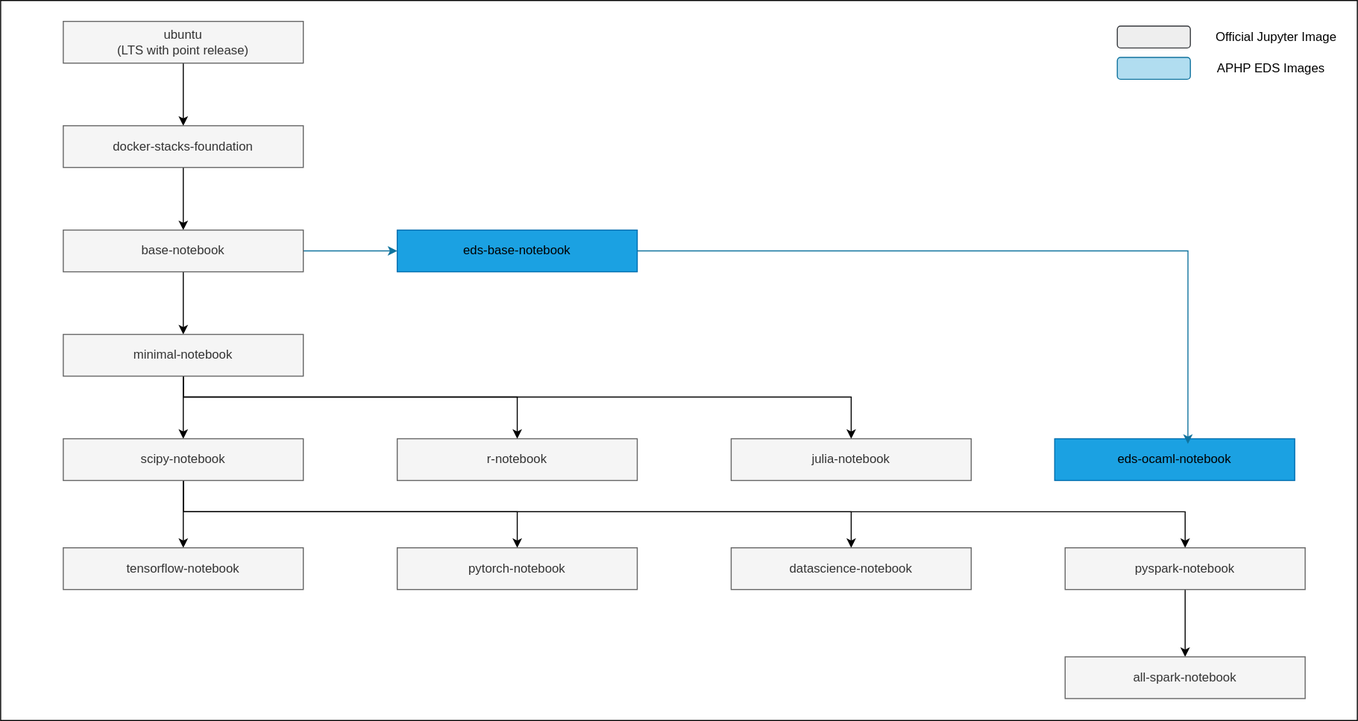
aphp/jupyter-eds-notebooks keeps this draw.io diagram as resources/jupyter-eds-notebook.drawio.svg. Above is the earlier version. Source tidied: cells renumbered, new cells last; positions are measured from the earlier drawing's top-left corner, leaving out a move shared by most shapes.
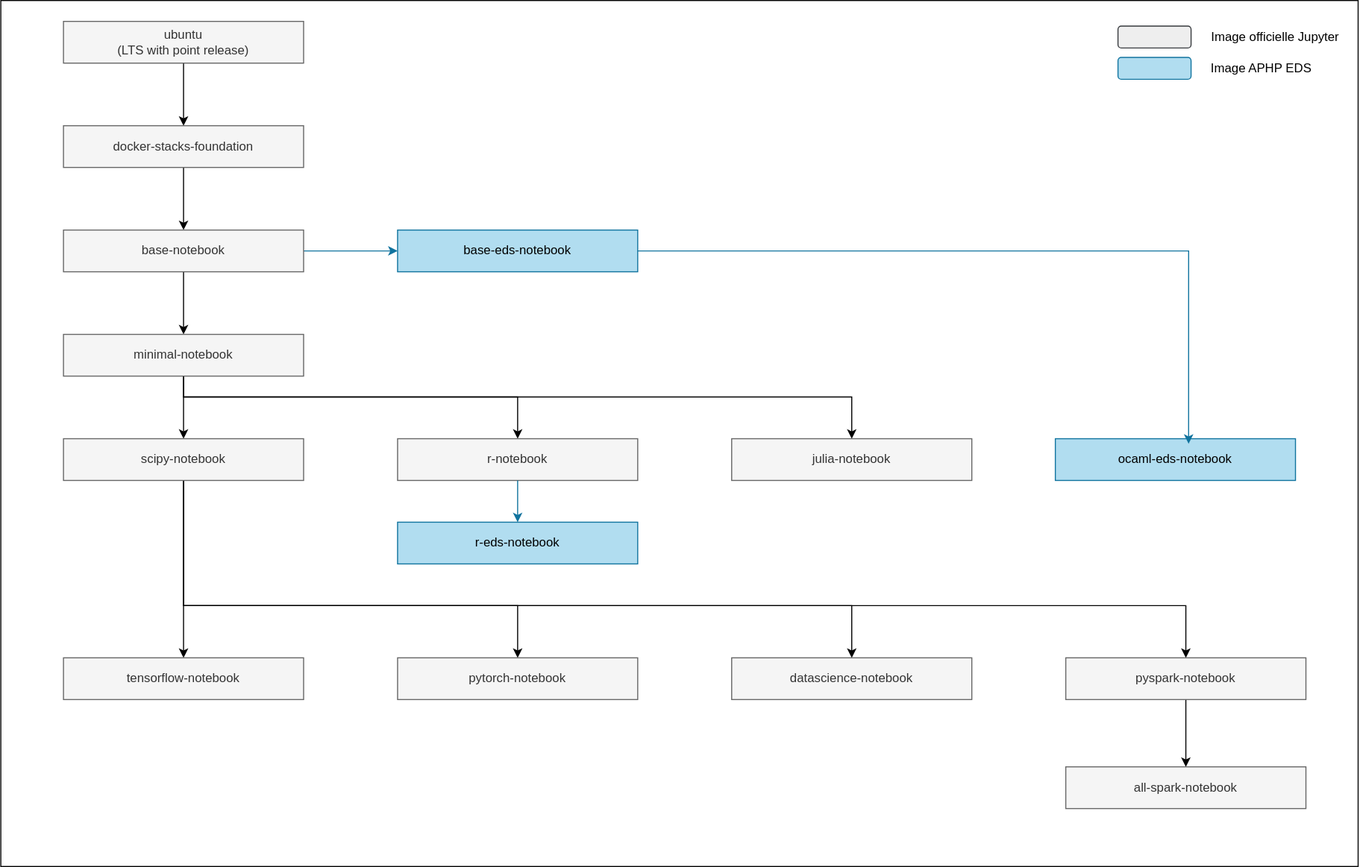
After the commit.

Change to the diagram source:
```diff
@@ -2,9 +2,9 @@
   <root>
     <mxCell id="0" />
     <mxCell id="1" parent="0" />
-    <mxCell id="2" style="rounded=0;whiteSpace=wrap;html=1;" parent="1" vertex="1">
-      <mxGeometry width="1300" height="690" as="geometry" />
-    </mxCell>
+    <mxCell id="34" style="rounded=0;whiteSpace=wrap;html=1;" parent="1" vertex="1">
+      <mxGeometry width="1300" height="830" as="geometry" />
+    </mxCell>
     <mxCell id="3" style="edgeStyle=orthogonalEdgeStyle;rounded=0;jettySize=auto;html=1;exitX=0.5;exitY=1;exitDx=0;exitDy=0;entryX=0.5;entryY=0;entryDx=0;entryDy=0;" parent="1" edge="1" source="4" target="6">
       <mxGeometry relative="1" as="geometry" />
     </mxCell>
@@ -20,9 +20,9 @@
     <mxCell id="7" style="edgeStyle=orthogonalEdgeStyle;rounded=0;jettySize=auto;html=1;exitX=0.5;exitY=1;exitDx=0;exitDy=0;entryX=0.5;entryY=0;entryDx=0;entryDy=0;" parent="1" edge="1" source="9" target="13">
       <mxGeometry relative="1" as="geometry" />
     </mxCell>
-    <mxCell id="8" style="edgeStyle=orthogonalEdgeStyle;rounded=0;jettySize=auto;html=1;fillColor=#b1ddf0;strokeColor=#10739e;" parent="1" edge="1" source="9" target="27">
-      <mxGeometry relative="1" as="geometry" />
-    </mxCell>
+    <mxCell id="35" style="edgeStyle=orthogonalEdgeStyle;rounded=0;jettySize=auto;html=1;fillColor=#b1ddf0;strokeColor=#10739e;" parent="1" edge="1" source="9" target="36">
+      <mxGeometry relative="1" as="geometry" />
+    </mxCell>
     <mxCell id="9" value="base-notebook" style="rounded=0;whiteSpace=wrap;html=1;fillColor=#f5f5f5;strokeColor=#666666;fontColor=#333333;" parent="1" vertex="1">
       <mxGeometry x="60" y="220" width="230" height="40" as="geometry" />
     </mxCell>
@@ -54,24 +54,24 @@
     <mxCell id="15" style="edgeStyle=orthogonalEdgeStyle;rounded=0;jettySize=auto;html=1;" parent="1" edge="1" source="18" target="21">
       <mxGeometry relative="1" as="geometry">
         <Array as="points">
-          <mxPoint x="175" y="490" />
-          <mxPoint x="495" y="490" />
+          <mxPoint x="175" y="580" />
+          <mxPoint x="495" y="580" />
         </Array>
       </mxGeometry>
     </mxCell>
     <mxCell id="16" style="edgeStyle=orthogonalEdgeStyle;rounded=0;jettySize=auto;html=1;exitX=0.5;exitY=1;exitDx=0;exitDy=0;" parent="1" edge="1" source="18" target="23">
       <mxGeometry relative="1" as="geometry">
         <Array as="points">
-          <mxPoint x="175" y="490" />
-          <mxPoint x="815" y="490" />
+          <mxPoint x="175" y="580" />
+          <mxPoint x="815" y="580" />
         </Array>
       </mxGeometry>
     </mxCell>
     <mxCell id="17" style="edgeStyle=orthogonalEdgeStyle;rounded=0;jettySize=auto;html=1;" parent="1" edge="1" source="18" target="25">
       <mxGeometry relative="1" as="geometry">
         <Array as="points">
-          <mxPoint x="175" y="490" />
-          <mxPoint x="1135" y="490" />
+          <mxPoint x="175" y="580" />
+          <mxPoint x="1135" y="580" />
         </Array>
       </mxGeometry>
     </mxCell>
@@ -79,49 +79,55 @@
       <mxGeometry x="60" y="420" width="230" height="40" as="geometry" />
     </mxCell>
     <mxCell id="19" value="tensorflow-notebook" style="rounded=0;whiteSpace=wrap;html=1;fillColor=#f5f5f5;strokeColor=#666666;fontColor=#333333;" parent="1" vertex="1">
-      <mxGeometry x="60" y="524.5" width="230" height="40" as="geometry" />
+      <mxGeometry x="60" y="630" width="230" height="40" as="geometry" />
     </mxCell>
     <mxCell id="20" value="r-notebook" style="rounded=0;whiteSpace=wrap;html=1;fillColor=#f5f5f5;strokeColor=#666666;fontColor=#333333;" parent="1" vertex="1">
       <mxGeometry x="380" y="420" width="230" height="40" as="geometry" />
     </mxCell>
     <mxCell id="21" value="pytorch-notebook" style="rounded=0;whiteSpace=wrap;html=1;fillColor=#f5f5f5;strokeColor=#666666;fontColor=#333333;" parent="1" vertex="1">
-      <mxGeometry x="380" y="524.5" width="230" height="40" as="geometry" />
+      <mxGeometry x="380" y="630" width="230" height="40" as="geometry" />
     </mxCell>
     <mxCell id="22" value="julia-notebook" style="rounded=0;whiteSpace=wrap;html=1;fillColor=#f5f5f5;strokeColor=#666666;fontColor=#333333;" parent="1" vertex="1">
       <mxGeometry x="700" y="420" width="230" height="40" as="geometry" />
     </mxCell>
     <mxCell id="23" value="datascience-notebook" style="rounded=0;whiteSpace=wrap;html=1;fillColor=#f5f5f5;strokeColor=#666666;fontColor=#333333;" parent="1" vertex="1">
-      <mxGeometry x="700" y="524.5" width="230" height="40" as="geometry" />
+      <mxGeometry x="700" y="630" width="230" height="40" as="geometry" />
     </mxCell>
     <mxCell id="24" style="edgeStyle=orthogonalEdgeStyle;rounded=0;jettySize=auto;html=1;exitX=0.5;exitY=1;exitDx=0;exitDy=0;" parent="1" edge="1" source="25" target="26">
       <mxGeometry relative="1" as="geometry" />
     </mxCell>
     <mxCell id="25" value="pyspark-notebook" style="rounded=0;whiteSpace=wrap;html=1;fillColor=#f5f5f5;strokeColor=#666666;fontColor=#333333;" parent="1" vertex="1">
-      <mxGeometry x="1020" y="524.5" width="230" height="40" as="geometry" />
+      <mxGeometry x="1020" y="630" width="230" height="40" as="geometry" />
     </mxCell>
     <mxCell id="26" value="all-spark-notebook" style="rounded=0;whiteSpace=wrap;html=1;fillColor=#f5f5f5;strokeColor=#666666;fontColor=#333333;" parent="1" vertex="1">
-      <mxGeometry x="1020" y="629" width="230" height="40" as="geometry" />
+      <mxGeometry x="1020" y="734.5" width="230" height="40" as="geometry" />
     </mxCell>
-    <mxCell id="27" value="eds-base-notebook" style="rounded=0;whiteSpace=wrap;html=1;fillColor=#1ba1e2;strokeColor=#006EAF;fontColor=#000000;" parent="1" vertex="1">
-      <mxGeometry x="380" y="220" width="230" height="40" as="geometry" />
-    </mxCell>
-    <mxCell id="28" value="eds-ocaml-notebook" style="rounded=0;whiteSpace=wrap;html=1;fillColor=#1ba1e2;strokeColor=#006EAF;fontColor=#000000;" parent="1" vertex="1">
-      <mxGeometry x="1010" y="420" width="230" height="40" as="geometry" />
-    </mxCell>
-    <mxCell id="29" style="edgeStyle=orthogonalEdgeStyle;rounded=0;jettySize=auto;html=1;entryX=0.555;entryY=0.12;entryDx=0;entryDy=0;entryPerimeter=0;fillColor=#b1ddf0;strokeColor=#10739e;" parent="1" edge="1" source="27" target="28">
-      <mxGeometry relative="1" as="geometry" />
-    </mxCell>
-    <mxCell id="30" style="rounded=1;whiteSpace=wrap;html=1;fillColor=#b1ddf0;strokeColor=#10739e;" parent="1" vertex="1">
-      <mxGeometry x="1070" y="54.5" width="70" height="21" as="geometry" />
-    </mxCell>
-    <mxCell id="31" value="APHP EDS Images" style="text;html=1;align=center;verticalAlign=middle;whiteSpace=wrap;rounded=0;" parent="1" vertex="1">
-      <mxGeometry x="1155" y="50" width="125" height="30" as="geometry" />
-    </mxCell>
-    <mxCell id="32" style="rounded=1;whiteSpace=wrap;html=1;fillColor=#eeeeee;strokeColor=#36393d;" parent="1" vertex="1">
-      <mxGeometry x="1070" y="24.5" width="70" height="21" as="geometry" />
-    </mxCell>
-    <mxCell id="33" value="Official Jupyter Image" style="text;html=1;align=center;verticalAlign=middle;whiteSpace=wrap;rounded=0;" parent="1" vertex="1">
-      <mxGeometry x="1155" y="20" width="135" height="30" as="geometry" />
-    </mxCell>
+    <mxCell id="36" value="base-eds-notebook" style="rounded=0;whiteSpace=wrap;html=1;fillColor=#b1ddf0;strokeColor=#10739e;" parent="1" vertex="1">
+      <mxGeometry x="380" y="220" width="230" height="40" as="geometry" />
+    </mxCell>
+    <mxCell id="37" value="ocaml-eds-notebook" style="rounded=0;whiteSpace=wrap;html=1;fillColor=#b1ddf0;strokeColor=#10739e;" parent="1" vertex="1">
+      <mxGeometry x="1010" y="420" width="230" height="40" as="geometry" />
+    </mxCell>
+    <mxCell id="38" style="edgeStyle=orthogonalEdgeStyle;rounded=0;jettySize=auto;html=1;entryX=0.555;entryY=0.12;entryDx=0;entryDy=0;entryPerimeter=0;fillColor=#b1ddf0;strokeColor=#10739e;" parent="1" edge="1" source="36" target="37">
+      <mxGeometry relative="1" as="geometry" />
+    </mxCell>
+    <mxCell id="39" style="rounded=1;whiteSpace=wrap;html=1;fillColor=#b1ddf0;strokeColor=#10739e;" parent="1" vertex="1">
+      <mxGeometry x="1070" y="54.5" width="70" height="21" as="geometry" />
+    </mxCell>
+    <mxCell id="40" value="Image APHP EDS" style="text;html=1;align=center;verticalAlign=middle;whiteSpace=wrap;rounded=0;" parent="1" vertex="1">
+      <mxGeometry x="1155" y="50" width="105" height="30" as="geometry" />
+    </mxCell>
+    <mxCell id="41" style="rounded=1;whiteSpace=wrap;html=1;fillColor=#eeeeee;strokeColor=#36393d;" parent="1" vertex="1">
+      <mxGeometry x="1070" y="24.5" width="70" height="21" as="geometry" />
+    </mxCell>
+    <mxCell id="42" value="Image officielle Jupyter&amp;nbsp;" style="text;html=1;align=center;verticalAlign=middle;whiteSpace=wrap;rounded=0;" parent="1" vertex="1">
+      <mxGeometry x="1155" y="20" width="135" height="30" as="geometry" />
+    </mxCell>
+    <mxCell id="43" value="r-eds-notebook" style="rounded=0;whiteSpace=wrap;html=1;fillColor=#b1ddf0;strokeColor=#10739e;" parent="1" vertex="1">
+      <mxGeometry x="380" y="500" width="230" height="40" as="geometry" />
+    </mxCell>
+    <mxCell id="44" style="edgeStyle=orthogonalEdgeStyle;rounded=0;jettySize=auto;html=1;fillColor=#b1ddf0;strokeColor=#10739e;exitX=0.5;exitY=1;exitDx=0;exitDy=0;entryX=0.5;entryY=0;entryDx=0;entryDy=0;" parent="1" edge="1" source="20" target="43">
+      <mxGeometry relative="1" as="geometry" />
+    </mxCell>
   </root>
 </mxGraphModel>
```
